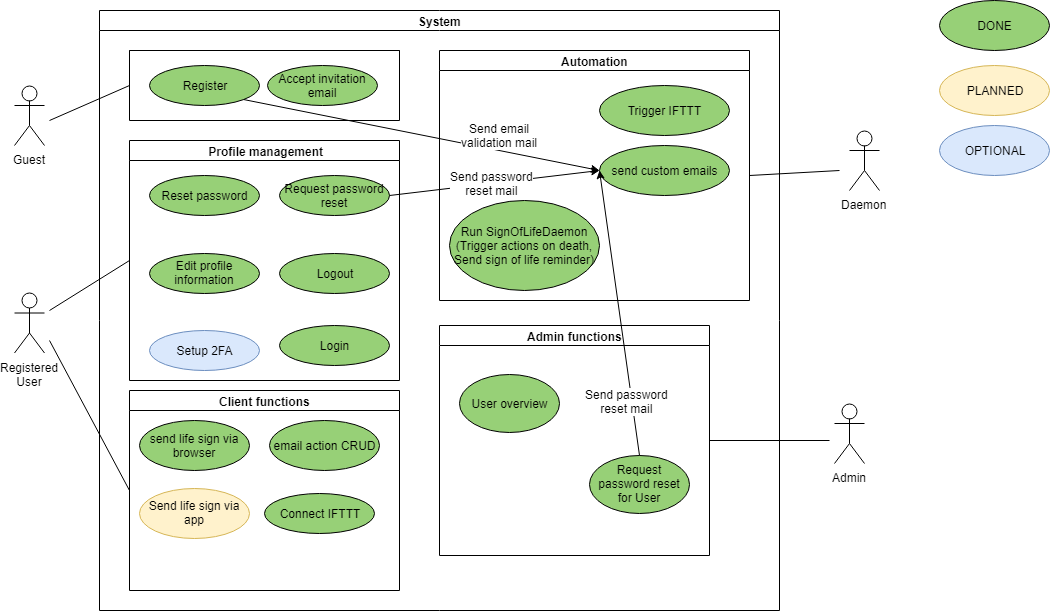
The draw.io diagram SRS/UC_Diagram.png in DigiWill-dhbw/Documentation, before a commit. Source tidied: cells renumbered, new cells last; positions are measured from the earlier drawing's top-left corner, leaving out a move shared by most shapes.
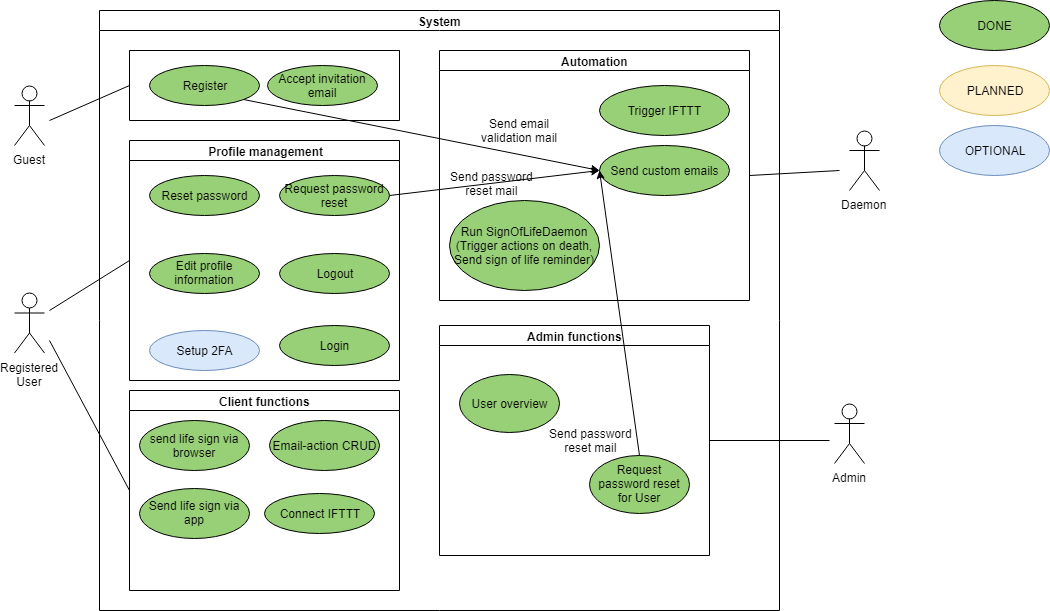
After the change.

Diff of the diagram source:
```diff
@@ -2,13 +2,13 @@
   <root>
     <mxCell id="0" />
     <mxCell id="1" parent="0" />
-    <mxCell id="2" value="Registered&lt;br&gt;User&lt;br&gt;" style="shape=umlActor;verticalLabelPosition=bottom;labelBackgroundColor=#ffffff;verticalAlign=top;html=1;" parent="1" vertex="1">
+    <mxCell id="2" value="Registered&lt;br&gt;User&lt;br&gt;" style="shape=umlActor;verticalLabelPosition=bottom;labelBackgroundColor=none;verticalAlign=top;html=1;" parent="1" vertex="1">
       <mxGeometry y="292.5" width="30" height="60" as="geometry" />
     </mxCell>
-    <mxCell id="3" value="System" style="swimlane;html=1;startSize=20;horizontal=1;containerType=tree;" parent="1" vertex="1">
+    <mxCell id="3" value="System" style="swimlane;html=1;startSize=20;horizontal=1;containerType=tree;fillColor=none;" parent="1" vertex="1">
       <mxGeometry x="85" y="10" width="680" height="600" as="geometry" />
     </mxCell>
-    <mxCell id="4" value="email action CRUD" style="ellipse;whiteSpace=wrap;html=1;fillColor=#97D077;" parent="3" vertex="1">
+    <mxCell id="4" value="Email-action CRUD" style="ellipse;whiteSpace=wrap;html=1;fillColor=#97D077;" parent="3" vertex="1">
       <mxGeometry x="170" y="410" width="110" height="50" as="geometry" />
     </mxCell>
     <mxCell id="5" value="Logout&lt;br&gt;" style="ellipse;whiteSpace=wrap;html=1;fillColor=#97D077;" parent="3" vertex="1">
@@ -23,7 +23,7 @@
     <mxCell id="8" value="Register&lt;br&gt;" style="ellipse;whiteSpace=wrap;html=1;fillColor=#97D077;" parent="6" vertex="1">
       <mxGeometry x="20" y="15" width="110" height="40" as="geometry" />
     </mxCell>
-    <mxCell id="9" value="Automation" style="swimlane;html=1;startSize=20;horizontal=1;containerType=tree;" parent="3" vertex="1">
+    <mxCell id="9" value="Automation" style="swimlane;html=1;startSize=20;horizontal=1;containerType=tree;fillColor=none;" parent="3" vertex="1">
       <mxGeometry x="340" y="40" width="310" height="250" as="geometry" />
     </mxCell>
     <mxCell id="10" value="Trigger IFTTT" style="ellipse;whiteSpace=wrap;html=1;fillColor=#97D077;strokeColor=#000000;" parent="9" vertex="1">
@@ -32,10 +32,10 @@
     <mxCell id="11" value="Run SignOfLifeDaemon&lt;br&gt;(Trigger actions on death, Send sign of life reminder)" style="ellipse;whiteSpace=wrap;html=1;fillColor=#97D077;" parent="9" vertex="1">
       <mxGeometry x="10" y="150" width="150" height="90" as="geometry" />
     </mxCell>
-    <mxCell id="12" value="Client functions" style="swimlane;html=1;startSize=20;horizontal=1;containerType=tree;" parent="3" vertex="1">
+    <mxCell id="12" value="Client functions" style="swimlane;html=1;startSize=20;horizontal=1;containerType=tree;fillColor=none;" parent="3" vertex="1">
       <mxGeometry x="30" y="380" width="270" height="200" as="geometry" />
     </mxCell>
-    <mxCell id="13" value="Send life sign via app" style="ellipse;whiteSpace=wrap;html=1;fillColor=#fff2cc;strokeColor=#d6b656;" parent="12" vertex="1">
+    <mxCell id="13" value="Send life sign via app" style="ellipse;whiteSpace=wrap;html=1;fillColor=#97D077;strokeColor=#000000;" parent="12" vertex="1">
       <mxGeometry x="10" y="97.5" width="110" height="50" as="geometry" />
     </mxCell>
     <mxCell id="14" value="send life sign via browser" style="ellipse;whiteSpace=wrap;html=1;fillColor=#97D077;" parent="12" vertex="1">
@@ -44,7 +44,7 @@
     <mxCell id="15" value="Connect IFTTT" style="ellipse;whiteSpace=wrap;html=1;fillColor=#97D077;strokeColor=#000000;" parent="12" vertex="1">
       <mxGeometry x="135" y="102.5" width="110" height="40" as="geometry" />
     </mxCell>
-    <mxCell id="16" value="&amp;nbsp;Profile management" style="swimlane;html=1;startSize=20;horizontal=1;containerType=tree;" parent="3" vertex="1">
+    <mxCell id="16" value="&amp;nbsp;Profile management" style="swimlane;html=1;startSize=20;horizontal=1;containerType=tree;fillColor=none;" parent="3" vertex="1">
       <mxGeometry x="30" y="130" width="270" height="240" as="geometry" />
     </mxCell>
     <mxCell id="17" value="Edit profile information" style="ellipse;whiteSpace=wrap;html=1;fillColor=#97D077;strokeColor=#000000;" parent="16" vertex="1">
@@ -56,7 +56,7 @@
     <mxCell id="19" value="Request password reset" style="ellipse;whiteSpace=wrap;html=1;fillColor=#97D077;strokeColor=#000000;" parent="16" vertex="1">
       <mxGeometry x="150" y="35" width="110" height="40" as="geometry" />
     </mxCell>
-    <mxCell id="20" value="Admin functions" style="swimlane;html=1;startSize=20;horizontal=1;containerType=tree;" parent="3" vertex="1">
+    <mxCell id="20" value="Admin functions" style="swimlane;html=1;startSize=20;horizontal=1;containerType=tree;fillColor=none;" parent="3" vertex="1">
       <mxGeometry x="340" y="315" width="270" height="230" as="geometry" />
     </mxCell>
     <mxCell id="21" value="User overview" style="ellipse;whiteSpace=wrap;html=1;fillColor=#97D077;strokeColor=#000000;" parent="20" vertex="1">
@@ -75,10 +75,10 @@
         <mxPoint x="35" y="340" as="sourcePoint" />
       </mxGeometry>
     </mxCell>
-    <mxCell id="25" value="Daemon" style="shape=umlActor;verticalLabelPosition=bottom;labelBackgroundColor=#ffffff;verticalAlign=top;html=1;" parent="1" vertex="1">
+    <mxCell id="25" value="Daemon" style="shape=umlActor;verticalLabelPosition=bottom;labelBackgroundColor=none;verticalAlign=top;html=1;" parent="1" vertex="1">
       <mxGeometry x="835" y="130" width="30" height="60" as="geometry" />
     </mxCell>
-    <mxCell id="26" value="Guest&lt;br&gt;&lt;br&gt;" style="shape=umlActor;verticalLabelPosition=bottom;labelBackgroundColor=#ffffff;verticalAlign=top;html=1;" parent="1" vertex="1">
+    <mxCell id="26" value="Guest&lt;br&gt;&lt;br&gt;" style="shape=umlActor;verticalLabelPosition=bottom;labelBackgroundColor=none;verticalAlign=top;html=1;" parent="1" vertex="1">
       <mxGeometry y="85" width="30" height="60" as="geometry" />
     </mxCell>
     <mxCell id="27" value="Login&lt;br&gt;" style="ellipse;whiteSpace=wrap;html=1;fillColor=#97D077;" parent="1" vertex="1">
@@ -94,7 +94,7 @@
         <mxPoint x="825" y="170" as="targetPoint" />
       </mxGeometry>
     </mxCell>
-    <mxCell id="30" value="Admin" style="shape=umlActor;verticalLabelPosition=bottom;labelBackgroundColor=#ffffff;verticalAlign=top;html=1;" parent="1" vertex="1">
+    <mxCell id="30" value="Admin" style="shape=umlActor;verticalLabelPosition=bottom;labelBackgroundColor=none;verticalAlign=top;html=1;" parent="1" vertex="1">
       <mxGeometry x="820" y="403" width="30" height="60" as="geometry" />
     </mxCell>
     <mxCell id="31" style="edgeStyle=orthogonalEdgeStyle;rounded=0;html=1;jettySize=auto;endArrow=none;endFill=0;" parent="1" edge="1" source="20">
@@ -111,7 +111,7 @@
     <mxCell id="34" value="OPTIONAL" style="ellipse;whiteSpace=wrap;html=1;fillColor=#dae8fc;strokeColor=#6c8ebf;" parent="1" vertex="1">
       <mxGeometry x="925" y="125" width="110" height="50" as="geometry" />
     </mxCell>
-    <mxCell id="35" value="send custom emails" style="ellipse;whiteSpace=wrap;html=1;fillColor=#97D077;strokeColor=#000000;" parent="1" vertex="1">
+    <mxCell id="35" value="Send custom emails" style="ellipse;whiteSpace=wrap;html=1;fillColor=#97D077;strokeColor=#000000;" parent="1" vertex="1">
       <mxGeometry x="585" y="145" width="130" height="50" as="geometry" />
     </mxCell>
     <mxCell id="36" value="Reset password" style="ellipse;whiteSpace=wrap;html=1;fillColor=#97D077;strokeColor=#000000;" parent="1" vertex="1">
@@ -120,23 +120,23 @@
     <mxCell id="37" style="endArrow=classic;html=1;entryX=0;entryY=0.5;entryDx=0;entryDy=0;exitX=0.5;exitY=0;exitDx=0;exitDy=0;" parent="1" edge="1" source="22" target="35">
       <mxGeometry relative="1" as="geometry" />
     </mxCell>
-    <mxCell id="38" value="&lt;span&gt;Send password&lt;br&gt;reset mail&lt;/span&gt;" style="text;html=1;align=center;verticalAlign=middle;labelBackgroundColor=#ffffff;" parent="37" vertex="1">
+    <mxCell id="38" value="&lt;span&gt;Send password&lt;br&gt;reset mail&lt;/span&gt;" style="text;html=1;align=center;verticalAlign=middle;labelBackgroundColor=none;" parent="37" vertex="1">
       <mxGeometry x="-0.21" y="1" relative="1" as="geometry">
-        <mxPoint x="3" y="58.5" as="offset" />
+        <mxPoint x="-33" y="98" as="offset" />
       </mxGeometry>
     </mxCell>
     <mxCell id="39" style="endArrow=classic;html=1;entryX=0;entryY=0.5;entryDx=0;entryDy=0;exitX=1;exitY=0.5;exitDx=0;exitDy=0;" parent="1" edge="1" source="19" target="35">
       <mxGeometry relative="1" as="geometry" />
     </mxCell>
-    <mxCell id="40" value="Send password&lt;br&gt;reset mail" style="text;html=1;align=center;verticalAlign=middle;labelBackgroundColor=#ffffff;" parent="39" vertex="1">
+    <mxCell id="40" value="Send password&lt;br&gt;reset mail" style="text;html=1;align=center;verticalAlign=middle;labelBackgroundColor=none;" parent="39" vertex="1">
       <mxGeometry x="-0.04" relative="1" as="geometry" />
     </mxCell>
     <mxCell id="41" style="endArrow=classic;html=1;entryX=0;entryY=0.5;entryDx=0;entryDy=0;exitX=1;exitY=1;exitDx=0;exitDy=0;" parent="1" edge="1" source="8" target="35">
       <mxGeometry relative="1" as="geometry" />
     </mxCell>
-    <mxCell id="42" value="Send email&lt;br&gt;validation mail" style="text;html=1;align=center;verticalAlign=middle;labelBackgroundColor=#ffffff;" parent="41" vertex="1">
+    <mxCell id="42" value="Send email&lt;br&gt;validation mail" style="text;html=1;align=center;verticalAlign=middle;labelBackgroundColor=none;" parent="41" vertex="1">
       <mxGeometry x="0.09" y="1" relative="1" as="geometry">
-        <mxPoint x="61.5" y="-1.5" as="offset" />
+        <mxPoint x="81.5" y="-6.5" as="offset" />
       </mxGeometry>
     </mxCell>
   </root>
```
